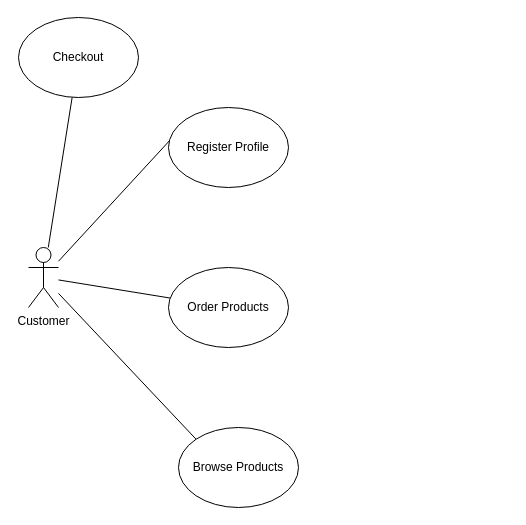
The draw.io diagram Customer.drawio in OlaAni/SEAT, before the edit. Source tidied: cells renumbered, new cells numbered last; positions are measured from the earlier drawing's top-left corner, leaving out a move shared by most shapes. Both pictures are drawn from the tidied source at 100%, with x=0, y=0 at pixel (18, 17).
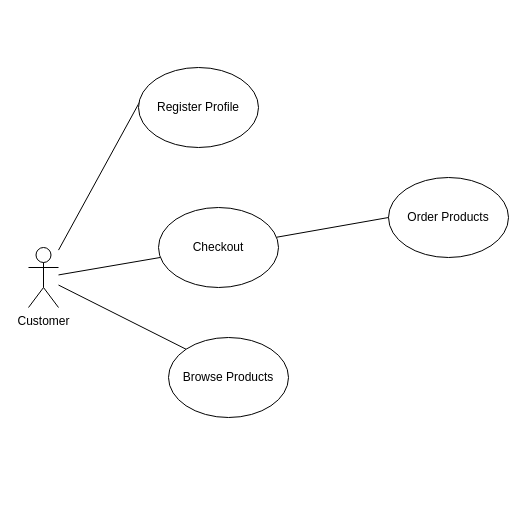
After the change.

What changed in the source:
```diff
@@
 <mxGraphModel>
   <root>
     <mxCell id="0" />
     <mxCell id="1" parent="0" />
     <mxCell id="2" style="rounded=0;jettySize=auto;html=1;entryX=0.025;entryY=0.388;entryDx=0;entryDy=0;entryPerimeter=0;endArrow=none;endFill=0;" parent="1" edge="1" source="6" target="7">
       <mxGeometry relative="1" as="geometry" />
     </mxCell>
-    <mxCell id="3" style="edgeStyle=none;rounded=0;jettySize=auto;html=1;endArrow=none;endFill=0;" parent="1" edge="1" source="6" target="8">
-      <mxGeometry relative="1" as="geometry" />
-    </mxCell>
     <mxCell id="4" style="edgeStyle=none;rounded=0;jettySize=auto;html=1;entryX=0;entryY=0;entryDx=0;entryDy=0;endArrow=none;endFill=0;" parent="1" edge="1" source="6" target="9">
       <mxGeometry relative="1" as="geometry" />
     </mxCell>
     <mxCell id="5" style="edgeStyle=none;rounded=0;jettySize=auto;html=1;endArrow=none;endFill=0;" parent="1" edge="1" source="6" target="10">
       <mxGeometry relative="1" as="geometry" />
     </mxCell>
     <mxCell id="6" value="Customer" style="shape=umlActor;verticalLabelPosition=bottom;verticalAlign=top;html=1;outlineConnect=0;" parent="1" vertex="1">
       <mxGeometry x="10" y="230" width="30" height="60" as="geometry" />
     </mxCell>
     <mxCell id="7" value="Register Profile" style="ellipse;whiteSpace=wrap;html=1;" parent="1" vertex="1">
-      <mxGeometry x="150" y="90" width="120" height="80" as="geometry" />
+      <mxGeometry x="120" y="50" width="120" height="80" as="geometry" />
     </mxCell>
     <mxCell id="8" value="Order Products" style="ellipse;whiteSpace=wrap;html=1;" parent="1" vertex="1">
-      <mxGeometry x="150" y="250" width="120" height="80" as="geometry" />
+      <mxGeometry x="370" y="160" width="120" height="80" as="geometry" />
     </mxCell>
     <mxCell id="9" value="Browse Products" style="ellipse;whiteSpace=wrap;html=1;" parent="1" vertex="1">
-      <mxGeometry x="160" y="410" width="120" height="80" as="geometry" />
+      <mxGeometry x="150" y="320" width="120" height="80" as="geometry" />
     </mxCell>
+    <mxCell id="11" style="rounded=0;jettySize=auto;html=1;entryX=0;entryY=0.5;entryDx=0;entryDy=0;endArrow=none;endFill=0;" parent="1" edge="1" source="10" target="8">
+      <mxGeometry relative="1" as="geometry" />
+    </mxCell>
     <mxCell id="10" value="Checkout" style="ellipse;whiteSpace=wrap;html=1;" parent="1" vertex="1">
-      <mxGeometry width="120" height="80" as="geometry" />
+      <mxGeometry x="140" y="190" width="120" height="80" as="geometry" />
     </mxCell>
   </root>
 </mxGraphModel>
```
